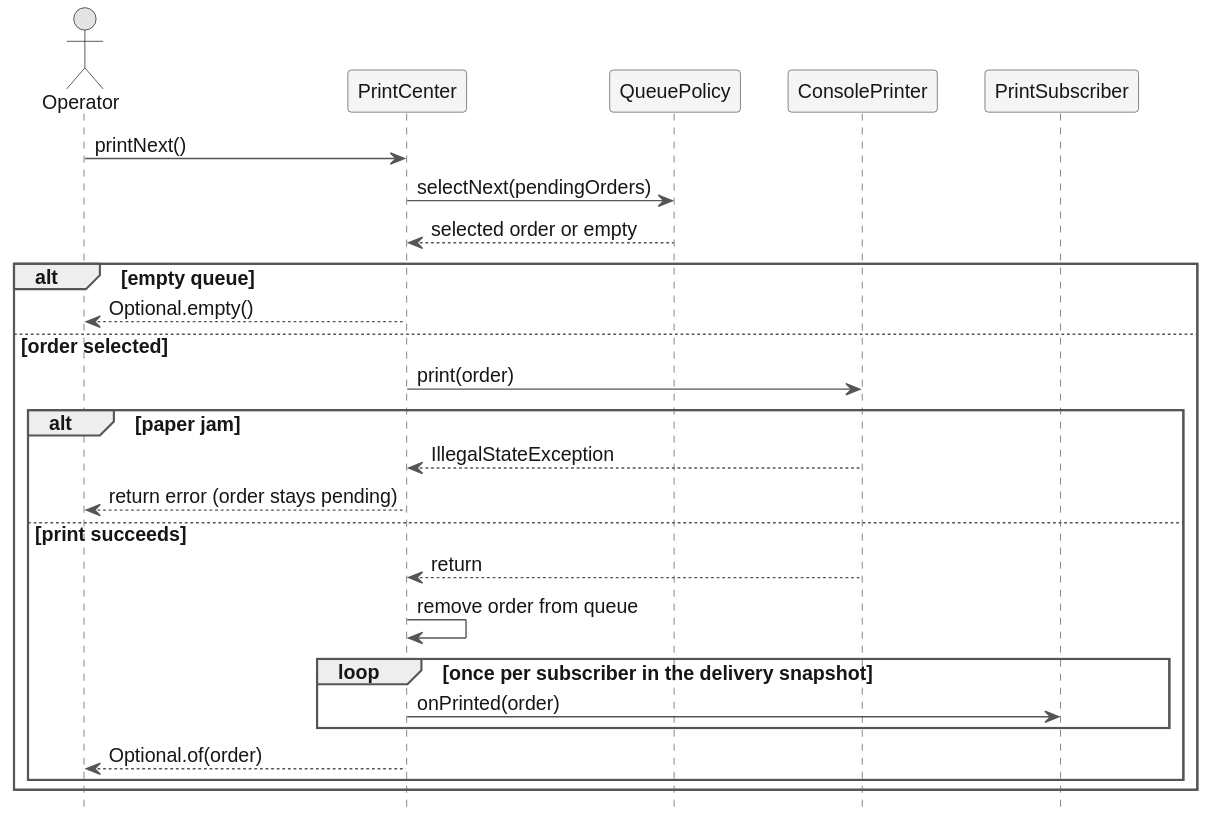
Earlier version of the PlantUML export docs/uml/print-next.svg (ChillyEz/SDP-FinalProject). Its source is kept beside it as docs/uml/print-next.puml.
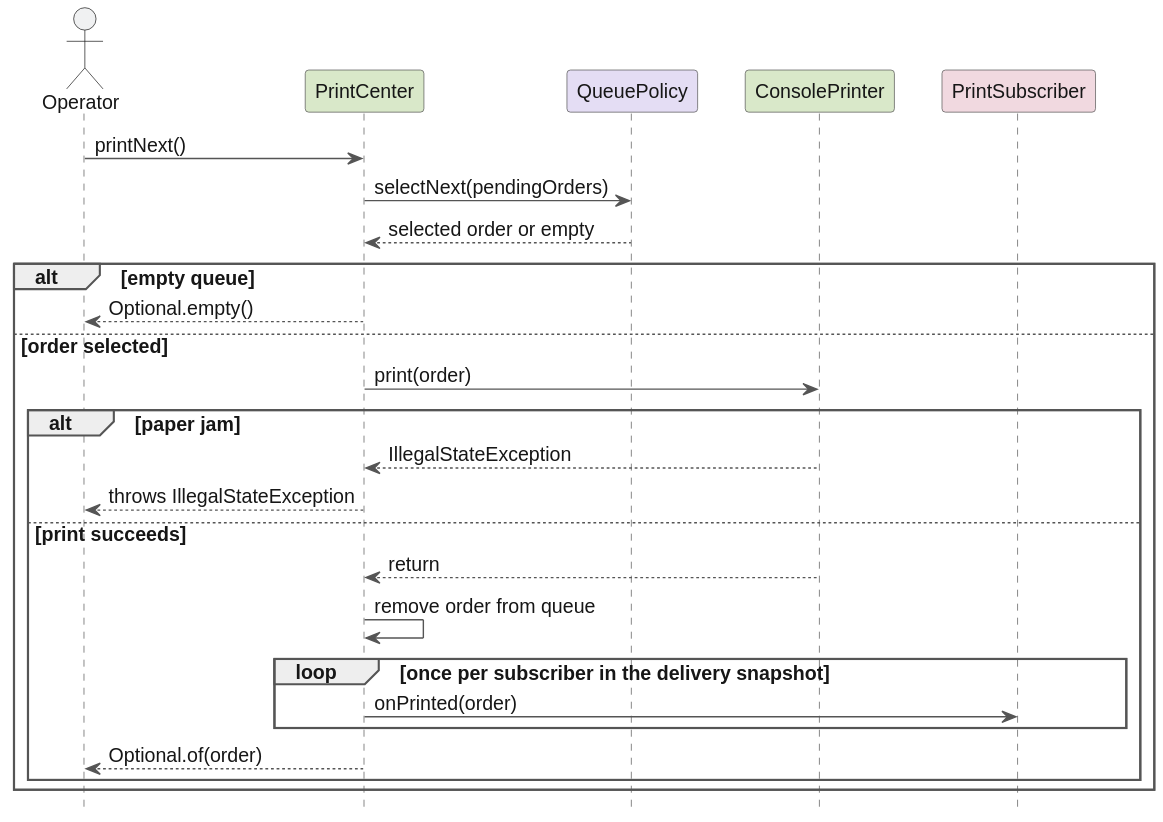
Later version of the same file.

Change to the diagram source:
```diff
@@ -1,7 +1,7 @@
 @startuml
+!include pattern-colors.iuml
 skinparam backgroundColor #FFFFFF
 skinparam shadowing false
-skinparam monochrome true
 skinparam defaultFontName Arial
 skinparam defaultFontSize 14
 skinparam defaultFontColor #161616
@@ -13,11 +13,11 @@
 skinparam sequenceGroupHeaderFontColor #161616
 skinparam ParticipantPadding 12
 hide footbox
-actor Operator
-participant "PrintCenter" as Center #F5F5F5
-participant "QueuePolicy" as Policy #F5F5F5
-participant "ConsolePrinter" as Printer #F5F5F5
-participant "PrintSubscriber" as Subscriber #F5F5F5
+actor Operator COLOR_NEUTRAL
+participant "PrintCenter" as Center COLOR_FACADE
+participant "QueuePolicy" as Policy COLOR_STRATEGY
+participant "ConsolePrinter" as Printer COLOR_FACADE
+participant "PrintSubscriber" as Subscriber COLOR_OBSERVER
 
 Operator -> Center : printNext()
 Center -> Policy : selectNext(pendingOrders)
@@ -28,7 +28,7 @@
     Center -> Printer : print(order)
     alt paper jam
         Printer --> Center : IllegalStateException
-        Center --> Operator : return error (order stays pending)
+        Center --> Operator : throws IllegalStateException
     else print succeeds
         Printer --> Center : return
         Center -> Center : remove order from queue
```
